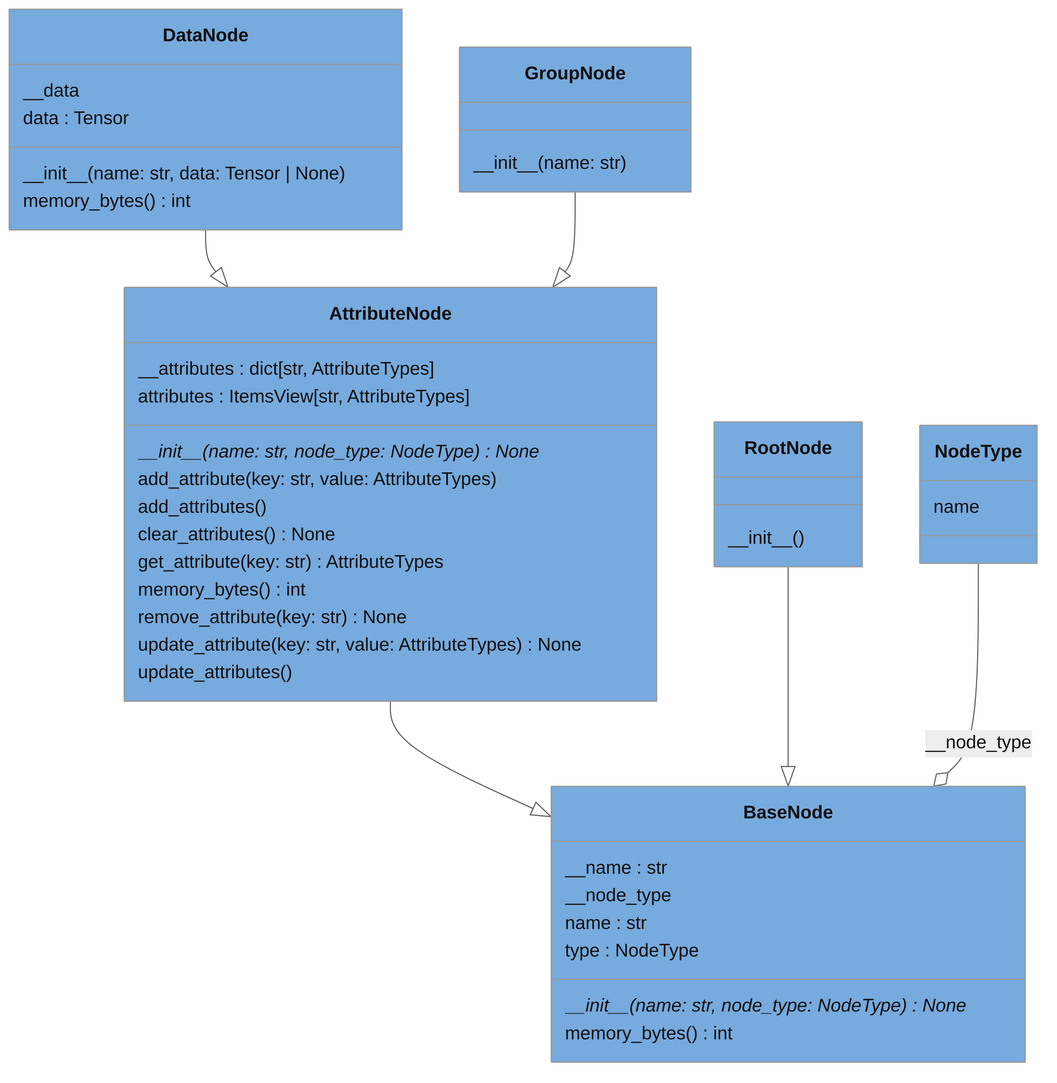
The Mermaid diagram docs/pyreverse/images/classes_Node_Hierarchy.png in voidsy-gmbh/pyThermoNDT, before a commit. Its source is kept beside it as docs/pyreverse/mermaid/classes_Node_Hierarchy.mmd.
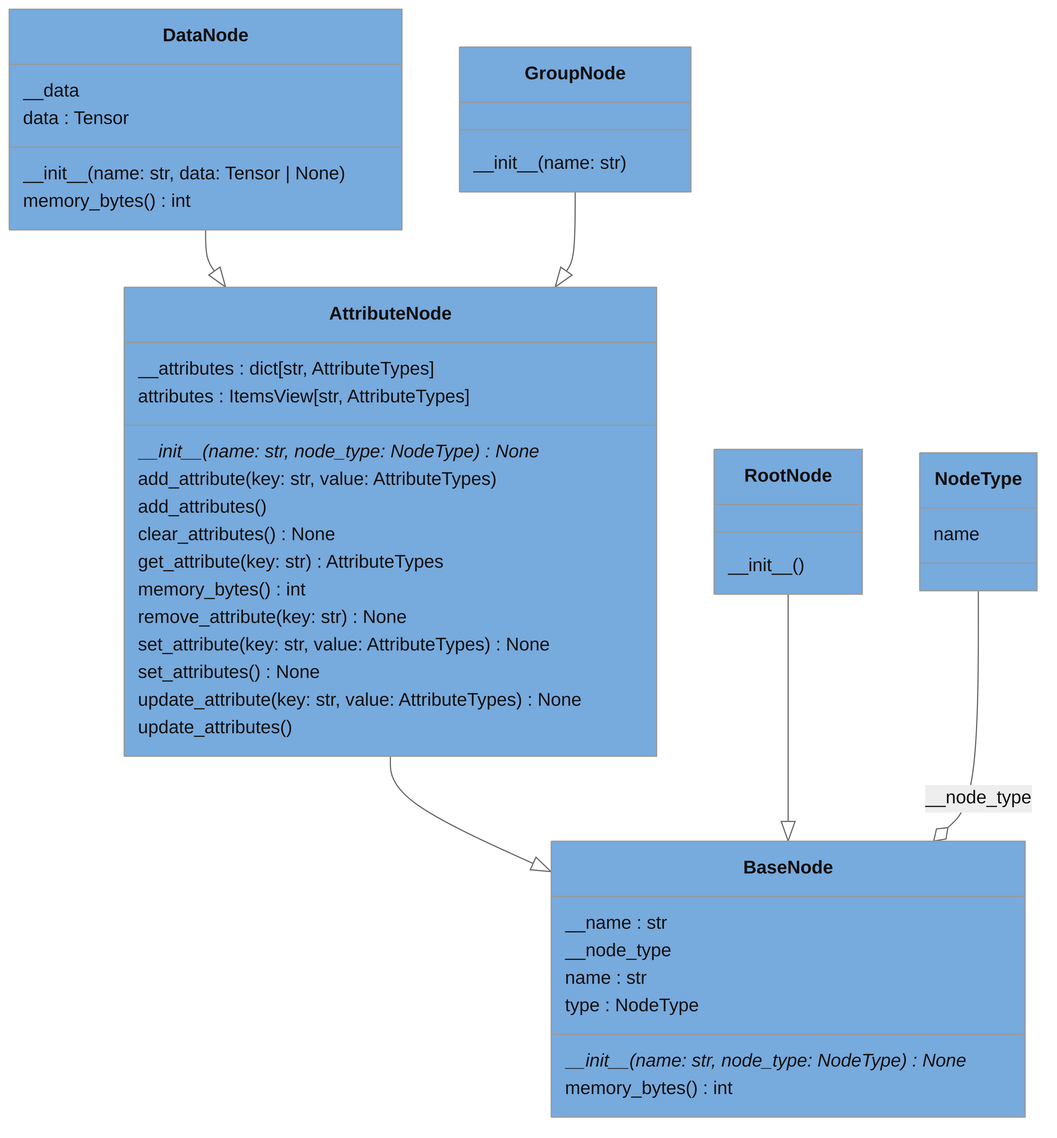
After the change.

What changed in the source:
```diff
@@ -9,6 +9,8 @@
     get_attribute(key: str) AttributeTypes
     memory_bytes() int
     remove_attribute(key: str) None
+    set_attribute(key: str, value: AttributeTypes) None
+    set_attributes() None
     update_attribute(key: str, value: AttributeTypes) None
     update_attributes()
   }
```
